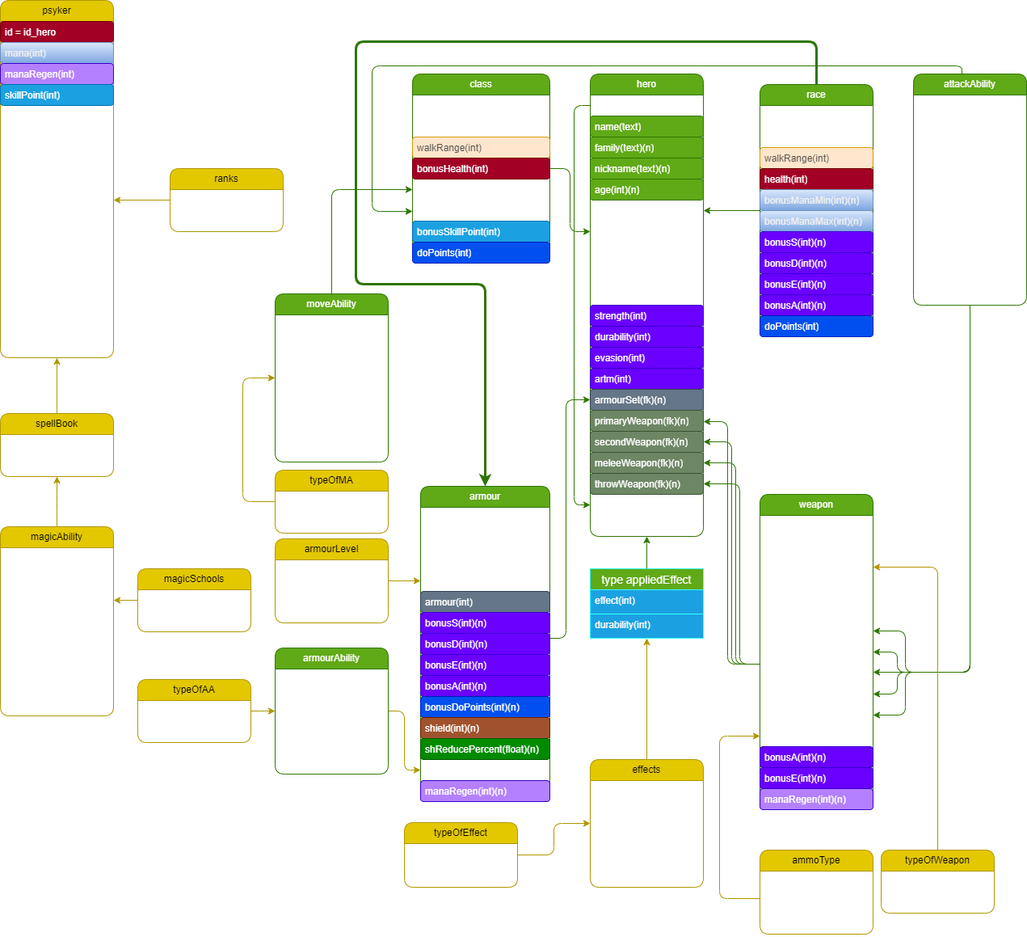
This is Taeron's_Table_Top_RolePlay_Warhammer_40,000_Game_Library_cuted.drawio.png from Taeron-Te/WahaGIT, a draw.io export, as it was before one commit. Source tidied: cells renumbered, new cells last; positions are measured from the earlier drawing's top-left corner, leaving out a move shared by most shapes.
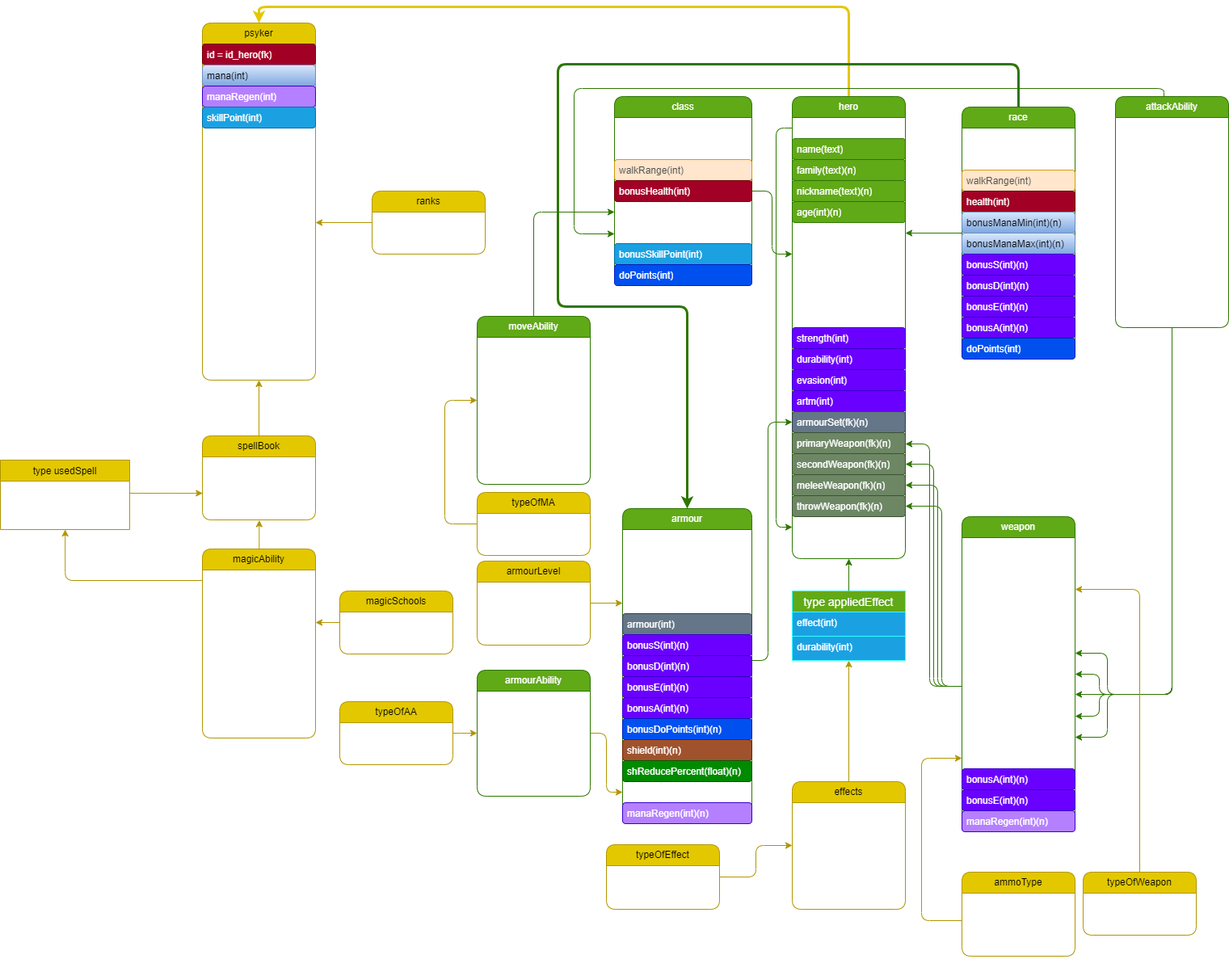
The same diagram one commit later.

Commit message:
changed diagram + type

Diff of the diagram source:
```diff
@@ -2,6 +2,9 @@
   <root>
     <mxCell id="0" />
     <mxCell id="1" parent="0" />
+    <mxCell id="193" style="edgeStyle=orthogonalEdgeStyle;rounded=1;jettySize=auto;html=1;exitX=0.5;exitY=0;exitDx=0;exitDy=0;entryX=0.5;entryY=0;entryDx=0;entryDy=0;strokeColor=#E3C800;strokeWidth=3;" parent="1" edge="1" source="2" target="25">
+      <mxGeometry relative="1" as="geometry" />
+    </mxCell>
     <mxCell id="2" value="hero" style="swimlane;fontStyle=0;horizontal=1;startSize=26;fillColor=#60a917;whiteSpace=wrap;html=1;fontColor=#ffffff;strokeColor=#2D7600;rounded=1;" parent="1" vertex="1">
       <mxGeometry x="730" y="91" width="140" height="572" as="geometry" />
     </mxCell>
@@ -74,7 +77,7 @@
     <mxCell id="25" value="psyker" style="swimlane;fontStyle=0;horizontal=1;startSize=26;fillColor=#e3c800;whiteSpace=wrap;html=1;fontColor=#000000;strokeColor=#B09500;rounded=1;" parent="1" vertex="1">
       <mxGeometry width="140" height="442" as="geometry" />
     </mxCell>
-    <mxCell id="26" value="id = id_hero&lt;br&gt;" style="text;strokeColor=#6F0000;fillColor=#a20025;align=left;verticalAlign=top;spacingLeft=4;spacingRight=4;overflow=hidden;whiteSpace=wrap;html=1;fontColor=#ffffff;rounded=1;" parent="25" vertex="1">
+    <mxCell id="26" value="id = id_hero(fk)" style="text;strokeColor=#6F0000;fillColor=#a20025;align=left;verticalAlign=top;spacingLeft=4;spacingRight=4;overflow=hidden;whiteSpace=wrap;html=1;fontColor=#ffffff;rounded=1;" parent="25" vertex="1">
       <mxGeometry y="26" width="140" height="26" as="geometry" />
     </mxCell>
     <mxCell id="27" value="mana(int)" style="text;strokeColor=#6c8ebf;fillColor=#dae8fc;align=left;verticalAlign=top;spacingLeft=4;spacingRight=4;overflow=hidden;whiteSpace=wrap;html=1;gradientColor=#7ea6e0;rounded=1;" parent="25" vertex="1">
@@ -429,11 +432,10 @@
     <mxCell id="125" value="type(fk)" style="text;align=left;verticalAlign=top;spacingLeft=4;spacingRight=4;overflow=hidden;whiteSpace=wrap;html=1;rounded=1;fontColor=#FFFFFF;" parent="120" vertex="1">
       <mxGeometry y="130" width="140" height="26" as="geometry" />
     </mxCell>
-    <mxCell id="126" style="edgeStyle=orthogonalEdgeStyle;rounded=1;jettySize=auto;html=1;fillColor=#e3c800;strokeColor=#B09500;" parent="1" edge="1" source="127" target="157">
+    <mxCell id="126" style="edgeStyle=orthogonalEdgeStyle;rounded=1;jettySize=auto;html=1;fillColor=#e3c800;strokeColor=#B09500;entryX=0.502;entryY=1.016;entryDx=0;entryDy=0;entryPerimeter=0;" parent="1" edge="1" source="127" target="194">
       <mxGeometry relative="1" as="geometry">
         <Array as="points">
-          <mxPoint x="70" y="621" />
-          <mxPoint x="70" y="621" />
+          <mxPoint x="70" y="615" />
         </Array>
       </mxGeometry>
     </mxCell>
@@ -542,8 +544,8 @@
         </Array>
       </mxGeometry>
     </mxCell>
-    <mxCell id="155" value="spellBook" style="swimlane;fontStyle=0;horizontal=1;startSize=26;fillColor=#e3c800;whiteSpace=wrap;html=1;fontColor=#000000;strokeColor=#B09500;rounded=1;" parent="1" vertex="1">
-      <mxGeometry y="511" width="140" height="78" as="geometry" />
+    <mxCell id="155" value="spellBook" style="swimlane;fontStyle=0;horizontal=1;startSize=26;fillColor=#E3C800;whiteSpace=wrap;html=1;fontColor=#000000;strokeColor=#B09500;rounded=1;" parent="1" vertex="1">
+      <mxGeometry y="511" width="140" height="104" as="geometry" />
     </mxCell>
     <mxCell id="156" value="id" style="text;strokeColor=none;fillColor=none;align=left;verticalAlign=top;spacingLeft=4;spacingRight=4;overflow=hidden;whiteSpace=wrap;html=1;rounded=1;fontColor=#FFFFFF;" parent="155" vertex="1">
       <mxGeometry y="26" width="140" height="26" as="geometry" />
@@ -551,6 +553,9 @@
     <mxCell id="157" value="idMAbility[](fk)" style="text;strokeColor=none;fillColor=none;align=left;verticalAlign=top;spacingLeft=4;spacingRight=4;overflow=hidden;points=[[0,0.5],[1,0.5]];portConstraint=eastwest;whiteSpace=wrap;html=1;rounded=1;fontColor=#FFFFFF;" parent="155" vertex="1">
       <mxGeometry y="52" width="140" height="26" as="geometry" />
     </mxCell>
+    <mxCell id="194" value="usedSpells(usedSpell[])" style="text;strokeColor=none;fillColor=none;align=left;verticalAlign=top;spacingLeft=4;spacingRight=4;overflow=hidden;points=[[0,0.5],[1,0.5]];portConstraint=eastwest;whiteSpace=wrap;html=1;rounded=1;fontColor=#FFFFFF;" parent="155" vertex="1">
+      <mxGeometry y="78" width="140" height="26" as="geometry" />
+    </mxCell>
     <mxCell id="158" style="edgeStyle=orthogonalEdgeStyle;rounded=1;jettySize=auto;html=1;fillColor=#e3c800;strokeColor=#B09500;" parent="1" edge="1" source="159" target="189">
       <mxGeometry relative="1" as="geometry" />
     </mxCell>
@@ -670,5 +675,20 @@
         </Array>
       </mxGeometry>
     </mxCell>
+    <mxCell id="195" value="type usedSpell" style="swimlane;fontStyle=0;horizontal=1;startSize=26;align=center;fontSize=12;fillColor=#E3C800;strokeColor=#B09500;" parent="1" vertex="1">
+      <mxGeometry x="-250" y="541" width="160" height="86" as="geometry" />
+    </mxCell>
+    <mxCell id="196" value="spell(int)" style="text;strokeColor=none;fillColor=none;spacingLeft=4;spacingRight=4;overflow=hidden;points=[[0,0.5],[1,0.5]];portConstraint=eastwest;fontSize=12;whiteSpace=wrap;html=1;fontColor=#FFFFFF;" parent="195" vertex="1">
+      <mxGeometry y="26" width="160" height="30" as="geometry" />
+    </mxCell>
+    <mxCell id="197" value="cooldown(int)" style="text;strokeColor=none;fillColor=none;spacingLeft=4;spacingRight=4;overflow=hidden;points=[[0,0.5],[1,0.5]];portConstraint=eastwest;fontSize=12;whiteSpace=wrap;html=1;fontColor=#FFFFFF;" parent="195" vertex="1">
+      <mxGeometry y="56" width="160" height="30" as="geometry" />
+    </mxCell>
+    <mxCell id="198" style="edgeStyle=orthogonalEdgeStyle;rounded=0;jettySize=auto;html=1;exitX=1;exitY=0.5;exitDx=0;exitDy=0;entryX=0.002;entryY=0.731;entryDx=0;entryDy=0;entryPerimeter=0;strokeColor=#B09500;" parent="1" edge="1" source="196" target="157">
+      <mxGeometry relative="1" as="geometry" />
+    </mxCell>
+    <mxCell id="199" style="edgeStyle=orthogonalEdgeStyle;rounded=1;jettySize=auto;html=1;exitX=0;exitY=0.5;exitDx=0;exitDy=0;entryX=0.501;entryY=1;entryDx=0;entryDy=0;entryPerimeter=0;strokeColor=#B09500;" parent="1" edge="1" source="128" target="197">
+      <mxGeometry relative="1" as="geometry" />
+    </mxCell>
   </root>
 </mxGraphModel>
```
